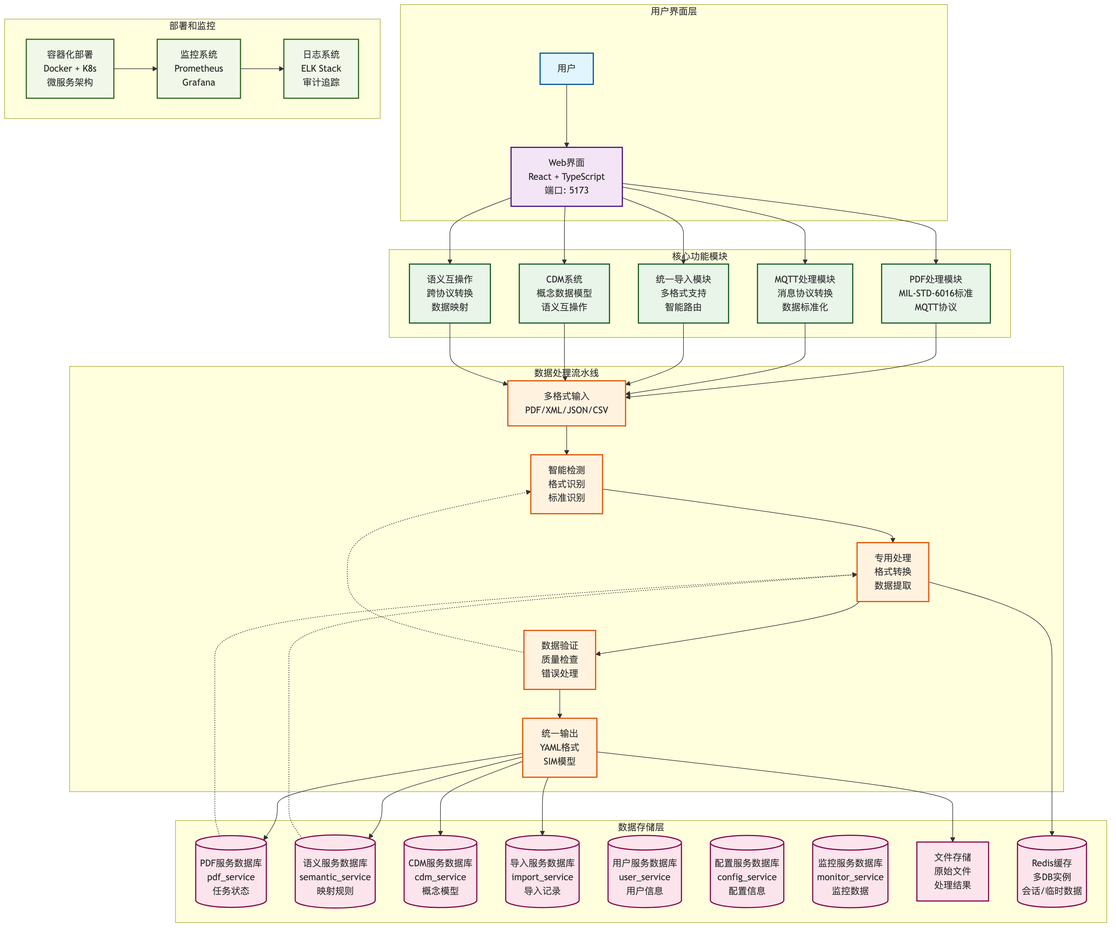
The Mermaid diagram mmd/system_overview.png in mistvapour/6016b, before a commit. Its source is kept beside it as mmd/system_overview.mmd.
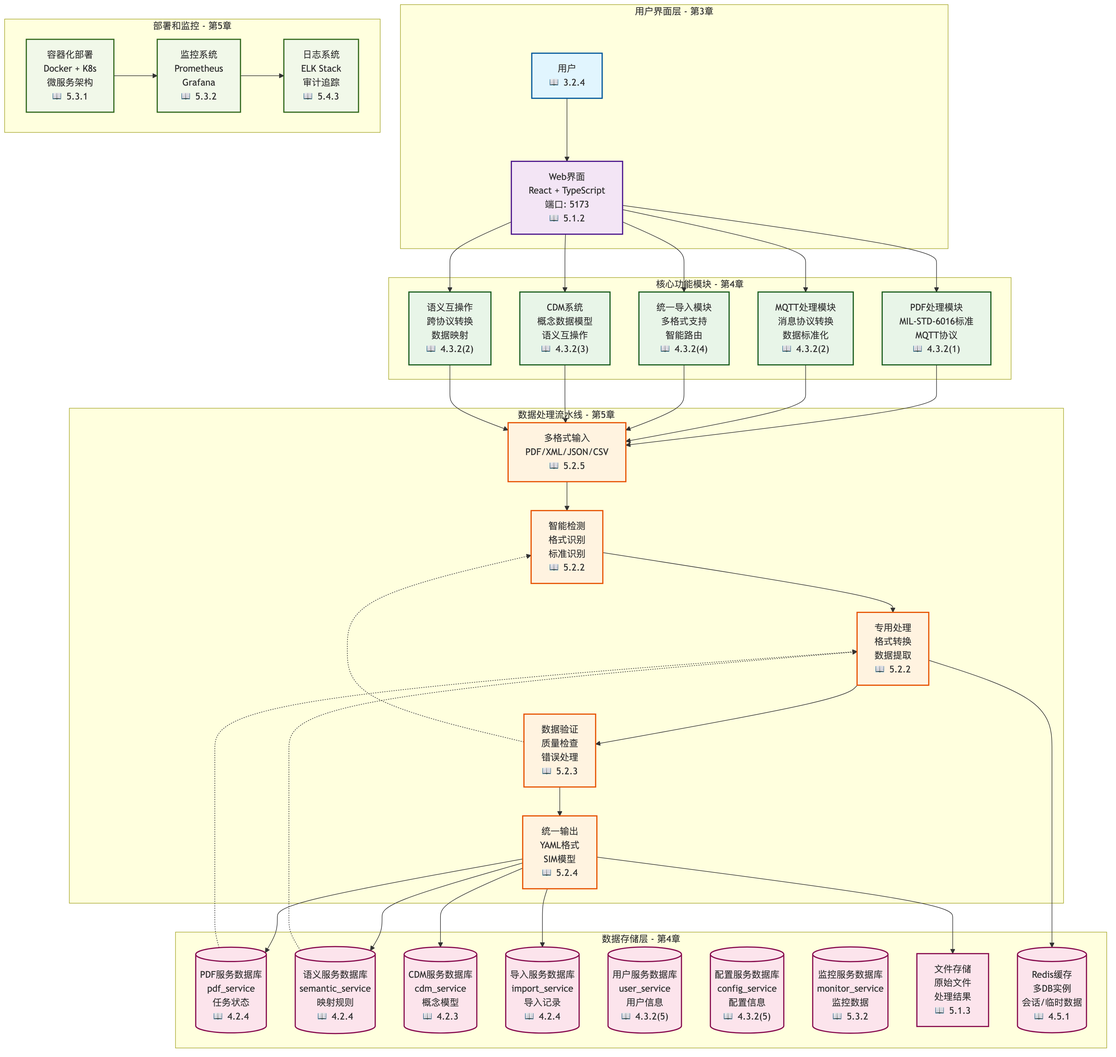
The same file after the commit.

Change to the diagram source:
```diff
@@ -1,42 +1,42 @@
 graph TB
 
-    subgraph "用户界面层"
-        USER[用户]
-        WEB_UI[Web界面<br/>React + TypeScript<br/>端口: 5173]
+    subgraph "用户界面层 - 第3章"
+        USER["用户<br/>📖 3.2.4"]
+        WEB_UI["Web界面<br/>React + TypeScript<br/>端口: 5173<br/>📖 5.1.2"]
     end
 
-    subgraph "核心功能模块"
-        PDF_PROCESSING[PDF处理模块<br/>MIL-STD-6016标准<br/>MQTT协议]
-        MQTT_PROCESSING[MQTT处理模块<br/>消息协议转换<br/>数据标准化]
-        UNIVERSAL_IMPORT[统一导入模块<br/>多格式支持<br/>智能路由]
-        CDM_SYSTEM[CDM系统<br/>概念数据模型<br/>语义互操作]
-        SEMANTIC_INTEROP[语义互操作<br/>跨协议转换<br/>数据映射]
+    subgraph "核心功能模块 - 第4章"
+        PDF_PROCESSING["PDF处理模块<br/>MIL-STD-6016标准<br/>MQTT协议<br/>📖 4.3.2(1)"]
+        MQTT_PROCESSING["MQTT处理模块<br/>消息协议转换<br/>数据标准化<br/>📖 4.3.2(2)"]
+        UNIVERSAL_IMPORT["统一导入模块<br/>多格式支持<br/>智能路由<br/>📖 4.3.2(4)"]
+        CDM_SYSTEM["CDM系统<br/>概念数据模型<br/>语义互操作<br/>📖 4.3.2(3)"]
+        SEMANTIC_INTEROP["语义互操作<br/>跨协议转换<br/>数据映射<br/>📖 4.3.2(2)"]
     end
 
-    subgraph "数据处理流水线"
-        INPUT[多格式输入<br/>PDF/XML/JSON/CSV]
-        DETECTION[智能检测<br/>格式识别<br/>标准识别]
-        PROCESSING[专用处理<br/>格式转换<br/>数据提取]
-        VALIDATION[数据验证<br/>质量检查<br/>错误处理]
-        OUTPUT[统一输出<br/>YAML格式<br/>SIM模型]
+    subgraph "数据处理流水线 - 第5章"
+        INPUT["多格式输入<br/>PDF/XML/JSON/CSV<br/>📖 5.2.5"]
+        DETECTION["智能检测<br/>格式识别<br/>标准识别<br/>📖 5.2.2"]
+        PROCESSING["专用处理<br/>格式转换<br/>数据提取<br/>📖 5.2.2"]
+        VALIDATION["数据验证<br/>质量检查<br/>错误处理<br/>📖 5.2.3"]
+        OUTPUT["统一输出<br/>YAML格式<br/>SIM模型<br/>📖 5.2.4"]
     end
 
-    subgraph "数据存储层"
-        PDF_DB[(PDF服务数据库<br/>pdf_service<br/>任务状态)]
-        SEMANTIC_DB[(语义服务数据库<br/>semantic_service<br/>映射规则)]
-        CDM_DB[(CDM服务数据库<br/>cdm_service<br/>概念模型)]
-        IMPORT_DB[(导入服务数据库<br/>import_service<br/>导入记录)]
-        USER_DB[(用户服务数据库<br/>user_service<br/>用户信息)]
-        CONFIG_DB[(配置服务数据库<br/>config_service<br/>配置信息)]
-        MONITOR_DB[(监控服务数据库<br/>monitor_service<br/>监控数据)]
-        FILES[文件存储<br/>原始文件<br/>处理结果]
-        REDIS_CACHE[(Redis缓存<br/>多DB实例<br/>会话/临时数据)]
+    subgraph "数据存储层 - 第4章"
+        PDF_DB[("PDF服务数据库<br/>pdf_service<br/>任务状态<br/>📖 4.2.4")]
+        SEMANTIC_DB[("语义服务数据库<br/>semantic_service<br/>映射规则<br/>📖 4.2.4")]
+        CDM_DB[("CDM服务数据库<br/>cdm_service<br/>概念模型<br/>📖 4.2.3")]
+        IMPORT_DB[("导入服务数据库<br/>import_service<br/>导入记录<br/>📖 4.2.4")]
+        USER_DB[("用户服务数据库<br/>user_service<br/>用户信息<br/>📖 4.3.2(5)")]
+        CONFIG_DB[("配置服务数据库<br/>config_service<br/>配置信息<br/>📖 4.3.2(5)")]
+        MONITOR_DB[("监控服务数据库<br/>monitor_service<br/>监控数据<br/>📖 5.3.2")]
+        FILES["文件存储<br/>原始文件<br/>处理结果<br/>📖 5.1.3"]
+        REDIS_CACHE[("Redis缓存<br/>多DB实例<br/>会话/临时数据<br/>📖 4.5.1")]
     end
 
-    subgraph "部署和监控"
-        DEPLOYMENT[容器化部署<br/>Docker + K8s<br/>微服务架构]
-        MONITORING[监控系统<br/>Prometheus<br/>Grafana]
-        LOGGING[日志系统<br/>ELK Stack<br/>审计追踪]
+    subgraph "部署和监控 - 第5章"
+        DEPLOYMENT["容器化部署<br/>Docker + K8s<br/>微服务架构<br/>📖 5.3.1"]
+        MONITORING["监控系统<br/>Prometheus<br/>Grafana<br/>📖 5.3.2"]
+        LOGGING["日志系统<br/>ELK Stack<br/>审计追踪<br/>📖 5.4.3"]
     end
 
     USER --> WEB_UI
```
